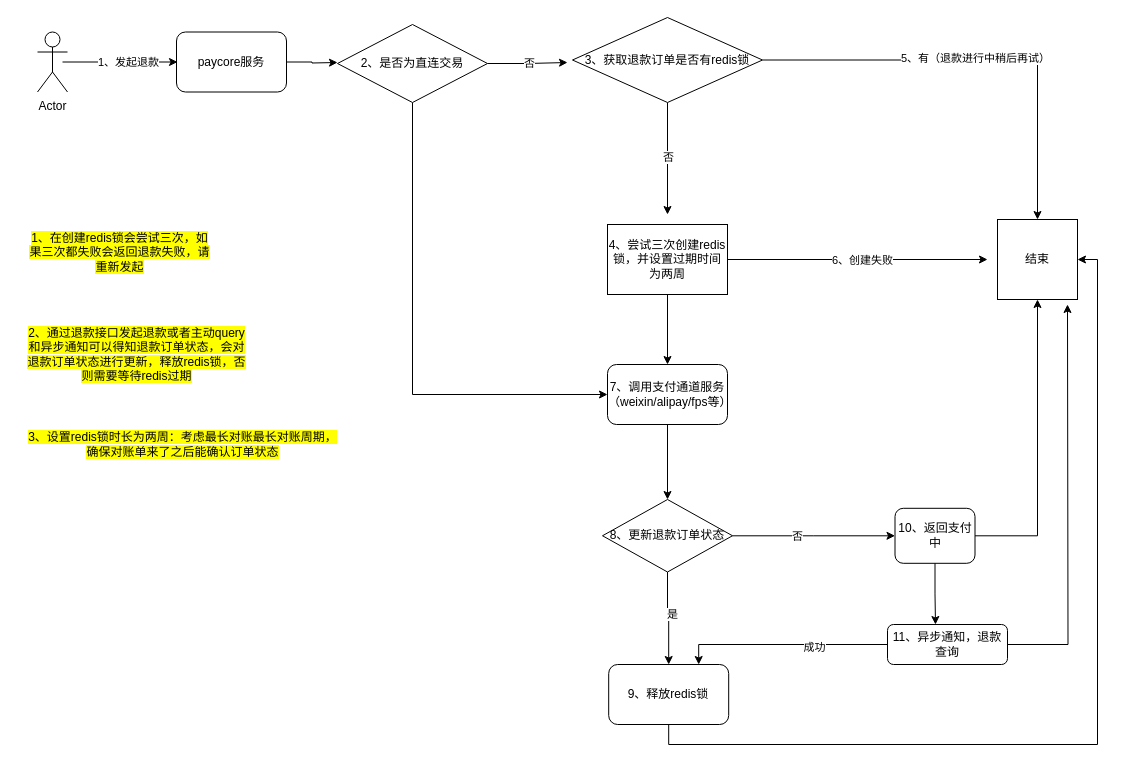
Before: 未命名绘图.drawio in ferryman1993/-, a draw.io diagram. Source tidied: cells renumbered, new cells numbered last; positions are measured from the earlier drawing's top-left corner, leaving out a move shared by most shapes. Both pictures are drawn from the tidied source at 100%, with x=0, y=0 at pixel (17, 17).
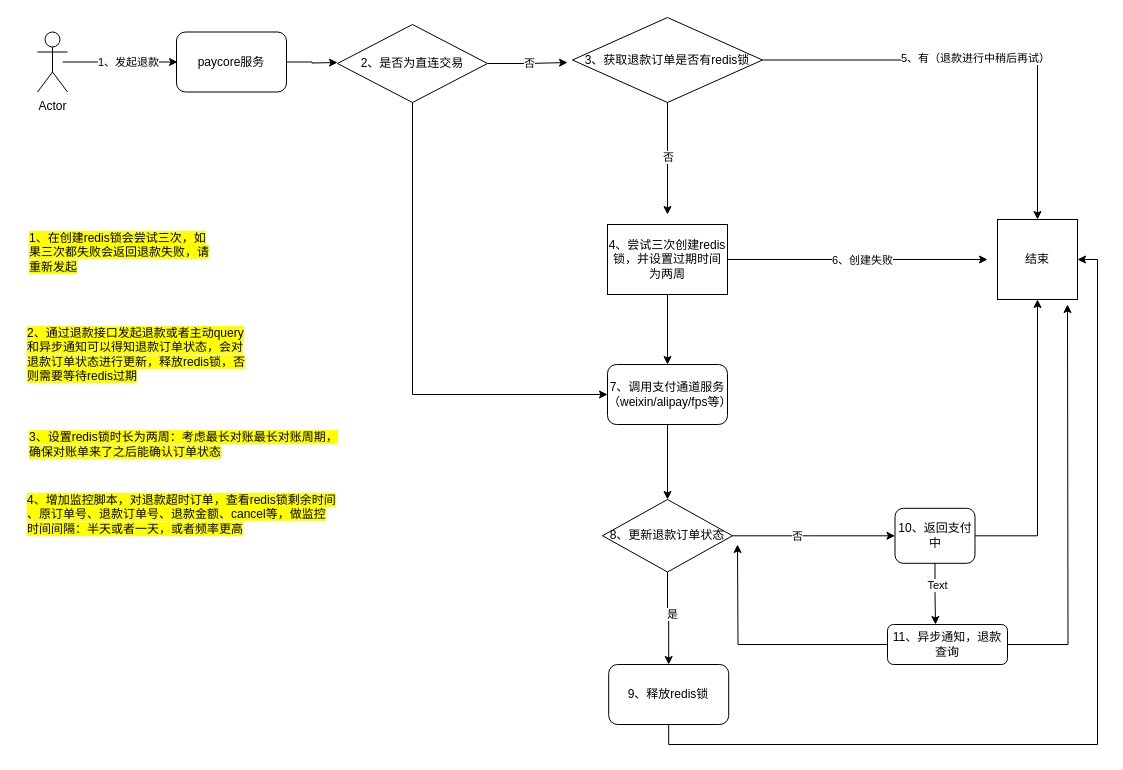
After the change.

Commit message:
防止重复发起退款.drawio

The change refers to these unchanged cells:
```xml
<mxCell id="20" value="9、释放redis锁" style="rounded=1;whiteSpace=wrap;html=1;" parent="1" vertex="1">
  <mxGeometry x="591.2" y="647" width="120" height="60" as="geometry" />
</mxCell>
<mxCell id="35" value="11、异步通知，退款查询" style="rounded=1;whiteSpace=wrap;html=1;" parent="1" vertex="1">
  <mxGeometry x="870" y="607" width="120" height="40" as="geometry" />
</mxCell>
<mxCell id="39" style="edgeStyle=orthogonalEdgeStyle;rounded=0;jettySize=auto;html=1;exitX=0.5;exitY=0;exitDx=0;exitDy=0;entryX=0.4;entryY=0;entryDx=0;entryDy=0;entryPerimeter=0;" parent="1" edge="1" source="22" target="35">
  <mxGeometry relative="1" as="geometry" />
</mxCell>
```

Diff of the diagram source:
```diff
@@
-    <mxCell id="32" style="edgeStyle=orthogonalEdgeStyle;rounded=0;jettySize=auto;html=1;exitX=0;exitY=0.5;exitDx=0;exitDy=0;entryX=0.75;entryY=0;entryDx=0;entryDy=0;" parent="1" edge="1" source="35" target="20">
-      <mxGeometry relative="1" as="geometry" />
-    </mxCell>
-    <mxCell id="33" value="成功" style="edgeLabel;html=1;align=center;verticalAlign=middle;" parent="32" vertex="1">
-      <mxGeometry x="-0.29" y="2" relative="1" as="geometry" />
-    </mxCell>
@@
+    <mxCell id="40" style="edgeStyle=orthogonalEdgeStyle;rounded=0;jettySize=auto;html=1;exitX=0;exitY=0.5;exitDx=0;exitDy=0;" parent="1" edge="1" source="35">
+      <mxGeometry relative="1" as="geometry">
+        <mxPoint x="720" y="527" as="targetPoint" />
+      </mxGeometry>
+    </mxCell>
@@
-    <mxCell id="36" value="&lt;mark class=&quot;&quot;&gt;&lt;mark class=&quot;&quot;&gt;1、在创建redis锁会尝试三次，如果三次都失败会返回退款失败，请重新发起&lt;/mark&gt;&lt;/mark&gt;" style="text;html=1;align=center;verticalAlign=middle;whiteSpace=wrap;rounded=0;" parent="1" vertex="1">
+    <mxCell id="36" value="&lt;mark class=&quot;&quot;&gt;&lt;mark class=&quot;&quot;&gt;&lt;mark class=&quot;&quot;&gt;1、在创建redis锁会尝试三次，如果三次都失败会返回退款失败，请重新发起&lt;/mark&gt;&lt;/mark&gt;&lt;/mark&gt;" style="text;html=1;align=left;verticalAlign=middle;whiteSpace=wrap;rounded=0;" parent="1" vertex="1">
       <mxGeometry x="10" y="207" width="185" height="55" as="geometry" />
     </mxCell>
-    <mxCell id="37" value="&lt;mark class=&quot;&quot;&gt;&lt;mark class=&quot;&quot;&gt;2、通过退款接口发起退款或者主动query和异步通知可以得知退款订单状态，会对退款订单状态进行更新，释放redis锁，否则需要等待redis过期&lt;/mark&gt;&lt;/mark&gt;" style="text;html=1;align=center;verticalAlign=middle;whiteSpace=wrap;rounded=0;" parent="1" vertex="1">
+    <mxCell id="37" value="&lt;mark class=&quot;&quot;&gt;&lt;mark class=&quot;&quot;&gt;&lt;mark class=&quot;&quot;&gt;2、通过退款接口发起退款或者主动query和异步通知可以得知退款订单状态，会对退款订单状态进行更新，释放redis锁，否则需要等待redis过期&lt;/mark&gt;&lt;/mark&gt;&lt;/mark&gt;" style="text;html=1;align=left;verticalAlign=middle;whiteSpace=wrap;rounded=0;" parent="1" vertex="1">
       <mxGeometry x="7.5" y="287" width="222.5" height="100" as="geometry" />
     </mxCell>
-    <mxCell id="38" value="&lt;mark class=&quot;&quot;&gt;3、设置redis锁时长为两周：考虑最长对账最长对账周期，&lt;/mark&gt;&lt;div&gt;&lt;mark class=&quot;&quot;&gt;确保对账单来了之后能确认订单状态&lt;/mark&gt;&lt;/div&gt;" style="text;html=1;align=center;verticalAlign=middle;strokeColor=none;fillColor=none;" parent="1" vertex="1">
-      <mxGeometry y="407" width="330" height="40" as="geometry" />
+    <mxCell id="38" value="&lt;mark class=&quot;&quot;&gt;&lt;mark class=&quot;&quot;&gt;3、设置redis锁时长为两周：考虑最长对账最长对账周期，&lt;/mark&gt;&lt;/mark&gt;&lt;div&gt;&lt;mark class=&quot;&quot;&gt;&lt;mark class=&quot;&quot;&gt;确保对账单来了之后能确认订单状态&lt;/mark&gt;&lt;/mark&gt;&lt;/div&gt;" style="text;html=1;align=left;verticalAlign=middle;strokeColor=none;fillColor=none;" parent="1" vertex="1">
+      <mxGeometry x="10" y="407" width="330" height="40" as="geometry" />
     </mxCell>
@@
+    <mxCell id="41" value="Text" style="edgeLabel;html=1;align=center;verticalAlign=middle;" parent="39" vertex="1">
+      <mxGeometry x="-0.28" y="2" relative="1" as="geometry" />
+    </mxCell>
+    <mxCell id="42" value="&lt;mark class=&quot;&quot;&gt;&lt;mark class=&quot;&quot;&gt;4、增加监控脚本，对退款超时订单，查看redis锁剩余时间&lt;/mark&gt;&lt;/mark&gt;&lt;div&gt;&lt;mark class=&quot;&quot;&gt;&lt;mark class=&quot;&quot;&gt;、原订单号、退款订单号、退款金额、cancel等，做监控&lt;/mark&gt;&lt;/mark&gt;&lt;/div&gt;&lt;div&gt;&lt;mark class=&quot;&quot;&gt;&lt;mark class=&quot;&quot;&gt;&lt;mark class=&quot;&quot;&gt;时间间隔：半天或者一天，或者频率更高&lt;/mark&gt;&lt;/mark&gt;&lt;/mark&gt;&lt;/div&gt;" style="text;html=1;align=left;verticalAlign=middle;strokeColor=none;fillColor=none;" parent="1" vertex="1">
+      <mxGeometry x="7.5" y="467" width="330" height="60" as="geometry" />
+    </mxCell>
```
